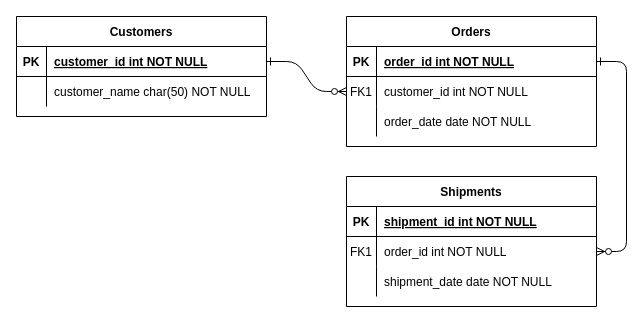
The draw.io diagram DW-pj.drawio in Gbuum/dw-pj, before the edit. Source tidied: cells renumbered, new cells numbered last; positions are measured from the earlier drawing's top-left corner, leaving out a move shared by most shapes. Both pictures are drawn from the tidied source at 100%, with x=0, y=0 at pixel (16, 16).
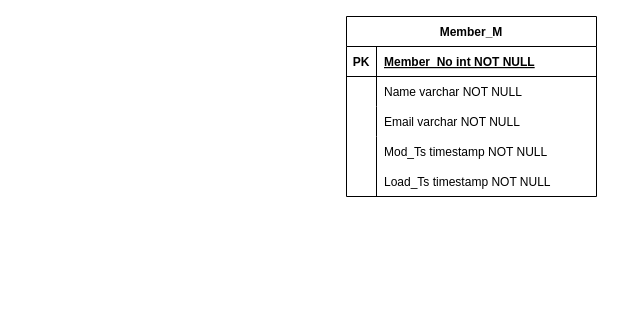
After the change.

Unchanged cells that the change refers to:
```xml
<mxCell id="5" style="shape=partialRectangle;fillColor=none;points=[[0,0.5],[1,0.5]];portConstraint=eastwest;top=0;left=0;right=0;bottom=1;" parent="4" vertex="1">
  <mxGeometry y="30" width="250" height="30" as="geometry" />
</mxCell>
<mxCell id="8" style="shape=partialRectangle;fillColor=none;points=[[0,0.5],[1,0.5]];portConstraint=eastwest;top=0;left=0;right=0;bottom=0;" parent="4" vertex="1">
  <mxGeometry y="60" width="250" height="30" as="geometry" />
</mxCell>
<mxCell id="11" style="shape=partialRectangle;fillColor=none;top=0;left=0;right=0;bottom=0;" parent="4" vertex="1">
  <mxGeometry y="90" width="250" height="30" as="geometry" />
</mxCell>
```

Diff of the diagram source:
```diff
@@
-    <mxCell id="2" style="edgeStyle=entityRelationEdgeStyle;endArrow=ERzeroToMany;startArrow=ERone;endFill=1;startFill=0;" parent="1" edge="1" source="25" target="8">
-      <mxGeometry relative="1" as="geometry" />
-    </mxCell>
-    <mxCell id="3" style="edgeStyle=entityRelationEdgeStyle;endArrow=ERzeroToMany;startArrow=ERone;endFill=1;startFill=0;" parent="1" edge="1" source="5" target="18">
-      <mxGeometry relative="1" as="geometry" />
-    </mxCell>
-    <mxCell id="4" value="Orders" style="shape=table;startSize=30;childLayout=tableLayout;rowLines=0;fontStyle=1;align=center;" parent="1" vertex="1">
-      <mxGeometry x="330" width="250" height="130" as="geometry" />
+    <mxCell id="4" value="Member_M" style="shape=table;startSize=30;childLayout=tableLayout;rowLines=0;fontStyle=1;align=center;" parent="1" vertex="1">
+      <mxGeometry x="330" width="250" height="180" as="geometry" />
     </mxCell>
@@
-    <mxCell id="7" value="order_id int NOT NULL " style="shape=partialRectangle;overflow=hidden;fillColor=none;top=0;left=0;bottom=0;right=0;align=left;spacingLeft=6;fontStyle=5;" parent="5" vertex="1">
+    <mxCell id="7" value="Member_No int NOT NULL " style="shape=partialRectangle;overflow=hidden;fillColor=none;top=0;left=0;bottom=0;right=0;align=left;spacingLeft=6;fontStyle=5;" parent="5" vertex="1">
       <mxGeometry x="30" width="220" height="30" as="geometry" />
     </mxCell>
@@
-    <mxCell id="9" value="FK1" style="shape=partialRectangle;overflow=hidden;fillColor=none;top=0;left=0;bottom=0;right=0;" parent="8" vertex="1">
+    <mxCell id="9" style="shape=partialRectangle;overflow=hidden;fillColor=none;top=0;left=0;bottom=0;right=0;" parent="8" vertex="1">
       <mxGeometry width="30" height="30" as="geometry" />
     </mxCell>
-    <mxCell id="10" value="customer_id int NOT NULL" style="shape=partialRectangle;overflow=hidden;fillColor=none;top=0;left=0;bottom=0;right=0;align=left;spacingLeft=6;" parent="8" vertex="1">
+    <mxCell id="10" value="Name varchar NOT NULL" style="shape=partialRectangle;overflow=hidden;fillColor=none;top=0;left=0;bottom=0;right=0;align=left;spacingLeft=6;" parent="8" vertex="1">
       <mxGeometry x="30" width="220" height="30" as="geometry" />
     </mxCell>
@@
-    <mxCell id="13" value="order_date date NOT NULL" style="shape=partialRectangle;overflow=hidden;fillColor=none;top=0;left=0;bottom=0;right=0;align=left;spacingLeft=6;" parent="11" vertex="1">
+    <mxCell id="13" value="Email varchar NOT NULL" style="shape=partialRectangle;overflow=hidden;fillColor=none;top=0;left=0;bottom=0;right=0;align=left;spacingLeft=6;" parent="11" vertex="1">
       <mxGeometry x="30" width="220" height="30" as="geometry" />
     </mxCell>
-    <mxCell id="14" value="Shipments" style="shape=table;startSize=30;childLayout=tableLayout;rowLines=0;fontStyle=1;align=center;" parent="1" vertex="1">
-      <mxGeometry x="330" y="160" width="250" height="130" as="geometry" />
-    </mxCell>
-    <mxCell id="15" style="shape=partialRectangle;fillColor=none;top=0;left=0;right=0;bottom=1;" parent="14" vertex="1">
-      <mxGeometry y="30" width="250" height="30" as="geometry" />
-    </mxCell>
-    <mxCell id="16" value="PK" style="shape=partialRectangle;overflow=hidden;fillColor=none;top=0;left=0;bottom=0;right=0;fontStyle=1;" parent="15" vertex="1">
-      <mxGeometry width="30" height="30" as="geometry" />
-    </mxCell>
-    <mxCell id="17" value="shipment_id int NOT NULL " style="shape=partialRectangle;overflow=hidden;fillColor=none;top=0;left=0;bottom=0;right=0;align=left;spacingLeft=6;fontStyle=5;" parent="15" vertex="1">
-      <mxGeometry x="30" width="220" height="30" as="geometry" />
-    </mxCell>
-    <mxCell id="18" style="shape=partialRectangle;fillColor=none;points=[[0,0.5],[1,0.5]];portConstraint=eastwest;top=0;left=0;right=0;bottom=0;" parent="14" vertex="1">
-      <mxGeometry y="60" width="250" height="30" as="geometry" />
-    </mxCell>
-    <mxCell id="19" value="FK1" style="shape=partialRectangle;overflow=hidden;fillColor=none;top=0;left=0;bottom=0;right=0;" parent="18" vertex="1">
-      <mxGeometry width="30" height="30" as="geometry" />
-    </mxCell>
-    <mxCell id="20" value="order_id int NOT NULL" style="shape=partialRectangle;overflow=hidden;fillColor=none;top=0;left=0;bottom=0;right=0;align=left;spacingLeft=6;" parent="18" vertex="1">
-      <mxGeometry x="30" width="220" height="30" as="geometry" />
-    </mxCell>
-    <mxCell id="21" style="shape=partialRectangle;fillColor=none;top=0;left=0;right=0;bottom=0;" parent="14" vertex="1">
-      <mxGeometry y="90" width="250" height="30" as="geometry" />
-    </mxCell>
-    <mxCell id="22" style="shape=partialRectangle;overflow=hidden;fillColor=none;top=0;left=0;bottom=0;right=0;" parent="21" vertex="1">
-      <mxGeometry width="30" height="30" as="geometry" />
-    </mxCell>
-    <mxCell id="23" value="shipment_date date NOT NULL" style="shape=partialRectangle;overflow=hidden;fillColor=none;top=0;left=0;bottom=0;right=0;align=left;spacingLeft=6;" parent="21" vertex="1">
-      <mxGeometry x="30" width="220" height="30" as="geometry" />
-    </mxCell>
-    <mxCell id="24" value="Customers" style="shape=table;startSize=30;childLayout=tableLayout;rowLines=0;fontStyle=1;align=center;" parent="1" vertex="1">
-      <mxGeometry width="250" height="100" as="geometry" />
-    </mxCell>
-    <mxCell id="25" style="shape=partialRectangle;fillColor=none;points=[[0,0.5],[1,0.5]];portConstraint=eastwest;top=0;left=0;right=0;bottom=1;" parent="24" vertex="1">
-      <mxGeometry y="30" width="250" height="30" as="geometry" />
-    </mxCell>
-    <mxCell id="26" value="PK" style="shape=partialRectangle;overflow=hidden;fillColor=none;top=0;left=0;bottom=0;right=0;fontStyle=1;" parent="25" vertex="1">
-      <mxGeometry width="30" height="30" as="geometry" />
-    </mxCell>
-    <mxCell id="27" value="customer_id int NOT NULL " style="shape=partialRectangle;overflow=hidden;fillColor=none;top=0;left=0;bottom=0;right=0;align=left;spacingLeft=6;fontStyle=5;" parent="25" vertex="1">
-      <mxGeometry x="30" width="220" height="30" as="geometry" />
-    </mxCell>
-    <mxCell id="28" style="shape=partialRectangle;fillColor=none;top=0;left=0;right=0;bottom=0;" parent="24" vertex="1">
-      <mxGeometry y="60" width="250" height="30" as="geometry" />
-    </mxCell>
-    <mxCell id="29" style="shape=partialRectangle;overflow=hidden;fillColor=none;top=0;left=0;bottom=0;right=0;" parent="28" vertex="1">
-      <mxGeometry width="30" height="30" as="geometry" />
-    </mxCell>
-    <mxCell id="30" value="customer_name char(50) NOT NULL" style="shape=partialRectangle;overflow=hidden;fillColor=none;top=0;left=0;bottom=0;right=0;align=left;spacingLeft=6;" parent="28" vertex="1">
-      <mxGeometry x="30" width="220" height="30" as="geometry" />
-    </mxCell>
+    <mxCell id="31" value="Mod_Ts timestamp NOT NULL" style="shape=partialRectangle;overflow=hidden;fillColor=none;top=0;left=0;bottom=0;right=0;align=left;spacingLeft=6;" parent="1" vertex="1">
+      <mxGeometry x="360" y="120" width="220" height="30" as="geometry" />
+    </mxCell>
+    <mxCell id="32" value="Load_Ts timestamp NOT NULL" style="shape=partialRectangle;overflow=hidden;fillColor=none;top=0;left=0;bottom=0;right=0;align=left;spacingLeft=6;" parent="1" vertex="1">
+      <mxGeometry x="360" y="150" width="220" height="30" as="geometry" />
+    </mxCell>
+    <mxCell id="33" style="endArrow=none;html=1;rounded=0;" parent="1" edge="1">
+      <mxGeometry relative="1" as="geometry">
+        <mxPoint x="360" y="180" as="sourcePoint" />
+        <mxPoint x="360" y="120" as="targetPoint" />
+      </mxGeometry>
+    </mxCell>
```
